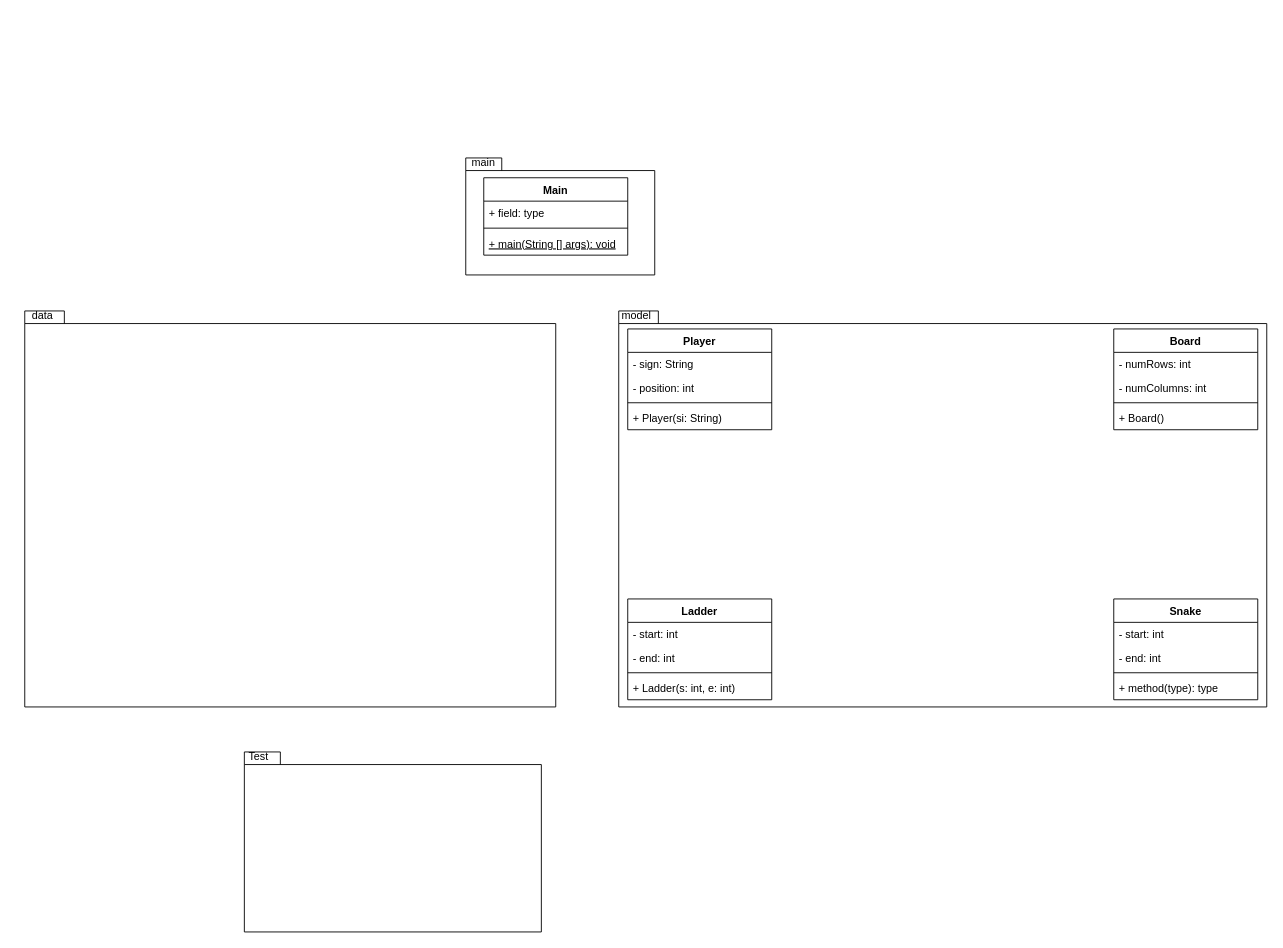
Above: docs/classDiagram.drawio in Alexander940/second_integrative_task (draw.io), before the change. Source tidied: cells renumbered, new cells numbered last; positions are measured from the earlier drawing's top-left corner, leaving out a move shared by most shapes. Both pictures are drawn from the tidied source at 90%, with x=0, y=0 at pixel (15, 148).
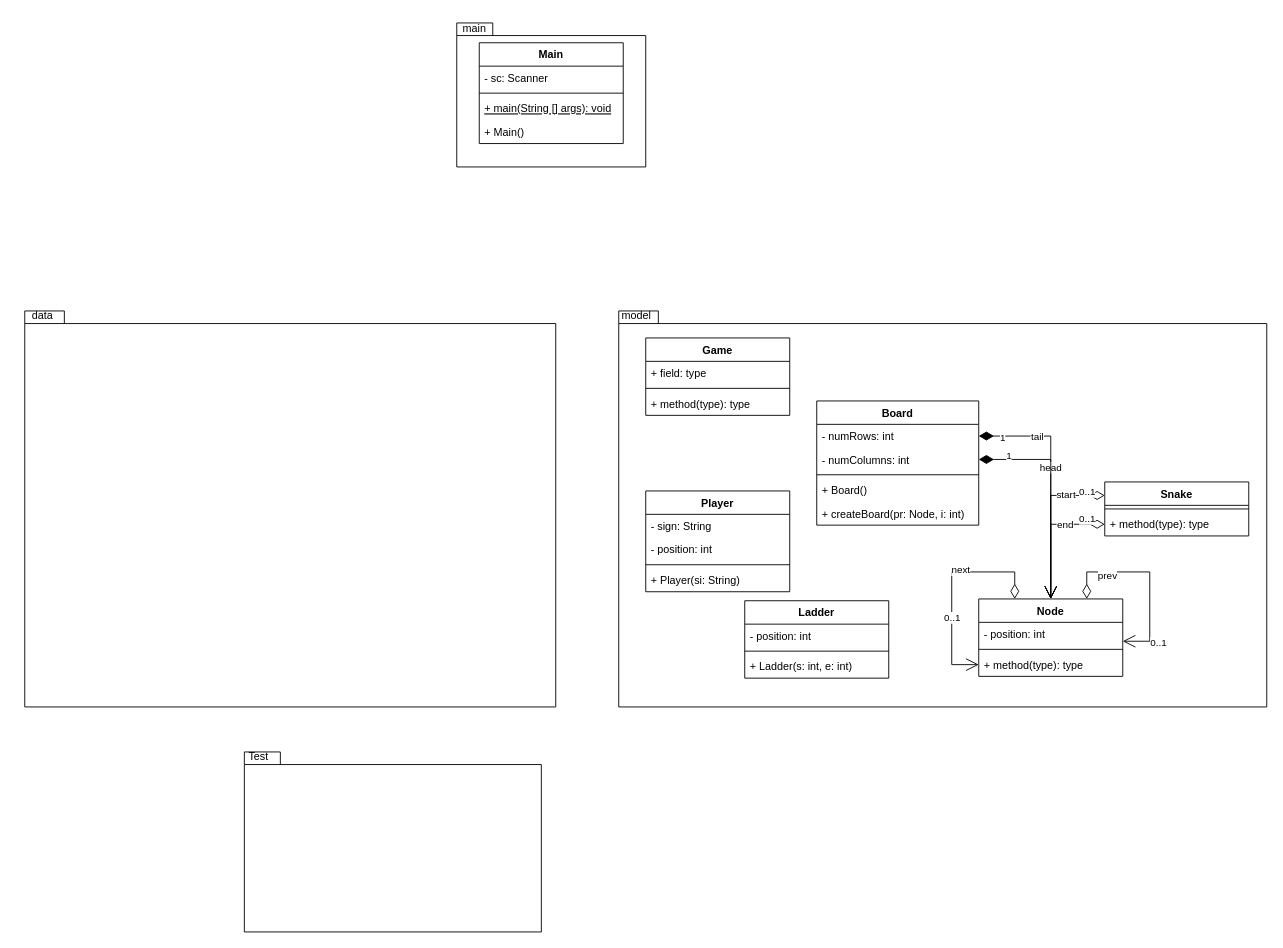
The same page after the edit.

What changed in the source:
```diff
@@
     <mxCell id="2" style="shape=folder;fontStyle=1;spacingTop=10;tabWidth=40;tabHeight=14;tabPosition=left;html=1;" parent="1" vertex="1">
-      <mxGeometry x="500" y="10" width="210" height="130" as="geometry" />
+      <mxGeometry x="490" y="-140" width="210" height="160" as="geometry" />
     </mxCell>
     <mxCell id="3" value="main" style="text;html=1;strokeColor=none;fillColor=none;align=center;verticalAlign=middle;whiteSpace=wrap;rounded=0;" parent="1" vertex="1">
-      <mxGeometry x="490" width="60" height="30" as="geometry" />
+      <mxGeometry x="480" y="-148" width="60" height="30" as="geometry" />
     </mxCell>
     <mxCell id="4" value="Main" style="swimlane;fontStyle=1;align=center;verticalAlign=top;horizontal=1;startSize=26;" parent="1" vertex="1">
-      <mxGeometry x="520" y="32" width="160" height="86" as="geometry" />
+      <mxGeometry x="515" y="-118" width="160" height="112" as="geometry" />
     </mxCell>
-    <mxCell id="5" value="+ field: type" style="text;strokeColor=none;fillColor=none;align=left;verticalAlign=top;spacingLeft=4;spacingRight=4;overflow=hidden;" parent="4" vertex="1">
+    <mxCell id="5" value="- sc: Scanner" style="text;strokeColor=none;fillColor=none;align=left;verticalAlign=top;spacingLeft=4;spacingRight=4;overflow=hidden;" parent="4" vertex="1">
       <mxGeometry y="26" width="160" height="26" as="geometry" />
     </mxCell>
@@
+    <mxCell id="34" value="+ Main()" style="text;strokeColor=none;fillColor=none;align=left;verticalAlign=top;spacingLeft=4;spacingRight=4;overflow=hidden;" parent="4" vertex="1">
+      <mxGeometry y="86" width="160" height="26" as="geometry" />
+    </mxCell>
@@
     <mxCell id="14" value="Board" style="swimlane;fontStyle=1;align=center;verticalAlign=top;horizontal=1;startSize=26;" parent="1" vertex="1">
-      <mxGeometry x="1220" y="200" width="160" height="112" as="geometry" />
+      <mxGeometry x="890" y="280" width="180" height="138" as="geometry" />
     </mxCell>
     <mxCell id="15" value="- numRows: int" style="text;strokeColor=none;fillColor=none;align=left;verticalAlign=top;spacingLeft=4;spacingRight=4;overflow=hidden;points=[[0,0.5],[1,0.5]];portConstraint=eastwest;" parent="14" vertex="1">
-      <mxGeometry y="26" width="160" height="26" as="geometry" />
+      <mxGeometry y="26" width="180" height="26" as="geometry" />
     </mxCell>
     <mxCell id="16" value="- numColumns: int" style="text;strokeColor=none;fillColor=none;align=left;verticalAlign=top;spacingLeft=4;spacingRight=4;overflow=hidden;points=[[0,0.5],[1,0.5]];portConstraint=eastwest;" parent="14" vertex="1">
-      <mxGeometry y="52" width="160" height="26" as="geometry" />
+      <mxGeometry y="52" width="180" height="26" as="geometry" />
     </mxCell>
     <mxCell id="17" style="line;strokeWidth=1;fillColor=none;align=left;verticalAlign=middle;spacingTop=-1;spacingLeft=3;spacingRight=3;labelPosition=right;" parent="14" vertex="1">
-      <mxGeometry y="78" width="160" height="8" as="geometry" />
+      <mxGeometry y="78" width="180" height="8" as="geometry" />
     </mxCell>
     <mxCell id="18" value="+ Board()" style="text;strokeColor=none;fillColor=none;align=left;verticalAlign=top;spacingLeft=4;spacingRight=4;overflow=hidden;" parent="14" vertex="1">
-      <mxGeometry y="86" width="160" height="26" as="geometry" />
+      <mxGeometry y="86" width="180" height="26" as="geometry" />
     </mxCell>
+    <mxCell id="35" value="+ createBoard(pr: Node, i: int)" style="text;strokeColor=none;fillColor=none;align=left;verticalAlign=top;spacingLeft=4;spacingRight=4;overflow=hidden;" parent="14" vertex="1">
+      <mxGeometry y="112" width="180" height="26" as="geometry" />
+    </mxCell>
     <mxCell id="19" value="Snake" style="swimlane;fontStyle=1;align=center;verticalAlign=top;horizontal=1;startSize=26;" parent="1" vertex="1">
-      <mxGeometry x="1220" y="500" width="160" height="112" as="geometry" />
+      <mxGeometry x="1210" y="370" width="160" height="60" as="geometry" />
     </mxCell>
-    <mxCell id="20" value="- start: int" style="text;strokeColor=none;fillColor=none;align=left;verticalAlign=top;spacingLeft=4;spacingRight=4;overflow=hidden;" parent="19" vertex="1">
-      <mxGeometry y="26" width="160" height="26" as="geometry" />
-    </mxCell>
-    <mxCell id="21" value="- end: int" style="text;strokeColor=none;fillColor=none;align=left;verticalAlign=top;spacingLeft=4;spacingRight=4;overflow=hidden;" parent="19" vertex="1">
-      <mxGeometry y="52" width="160" height="26" as="geometry" />
-    </mxCell>
     <mxCell id="22" style="line;strokeWidth=1;fillColor=none;align=left;verticalAlign=middle;spacingTop=-1;spacingLeft=3;spacingRight=3;labelPosition=right;" parent="19" vertex="1">
-      <mxGeometry y="78" width="160" height="8" as="geometry" />
+      <mxGeometry y="26" width="160" height="8" as="geometry" />
     </mxCell>
     <mxCell id="23" value="+ method(type): type" style="text;strokeColor=none;fillColor=none;align=left;verticalAlign=top;spacingLeft=4;spacingRight=4;overflow=hidden;points=[[0,0.5],[1,0.5]];portConstraint=eastwest;" parent="19" vertex="1">
-      <mxGeometry y="86" width="160" height="26" as="geometry" />
+      <mxGeometry y="34" width="160" height="26" as="geometry" />
     </mxCell>
     <mxCell id="24" value="Ladder" style="swimlane;fontStyle=1;align=center;verticalAlign=top;horizontal=1;startSize=26;" parent="1" vertex="1">
-      <mxGeometry x="680" y="500" width="160" height="112" as="geometry" />
+      <mxGeometry x="810" y="502" width="160" height="86" as="geometry" />
     </mxCell>
-    <mxCell id="25" value="- start: int" style="text;strokeColor=none;fillColor=none;align=left;verticalAlign=top;spacingLeft=4;spacingRight=4;overflow=hidden;" parent="24" vertex="1">
-      <mxGeometry y="26" width="160" height="26" as="geometry" />
-    </mxCell>
-    <mxCell id="26" value="- end: int" style="text;strokeColor=none;fillColor=none;align=left;verticalAlign=top;spacingLeft=4;spacingRight=4;overflow=hidden;" parent="24" vertex="1">
-      <mxGeometry y="52" width="160" height="26" as="geometry" />
+    <mxCell id="26" value="- position: int" style="text;strokeColor=none;fillColor=none;align=left;verticalAlign=top;spacingLeft=4;spacingRight=4;overflow=hidden;" parent="24" vertex="1">
+      <mxGeometry y="26" width="160" height="26" as="geometry" />
     </mxCell>
     <mxCell id="27" style="line;strokeWidth=1;fillColor=none;align=left;verticalAlign=middle;spacingTop=-1;spacingLeft=3;spacingRight=3;labelPosition=right;" parent="24" vertex="1">
-      <mxGeometry y="78" width="160" height="8" as="geometry" />
+      <mxGeometry y="52" width="160" height="8" as="geometry" />
     </mxCell>
     <mxCell id="28" value="+ Ladder(s: int, e: int)" style="text;strokeColor=none;fillColor=none;align=left;verticalAlign=top;spacingLeft=4;spacingRight=4;overflow=hidden;" parent="24" vertex="1">
-      <mxGeometry y="86" width="160" height="26" as="geometry" />
+      <mxGeometry y="60" width="160" height="26" as="geometry" />
     </mxCell>
     <mxCell id="29" value="Player" style="swimlane;fontStyle=1;align=center;verticalAlign=top;horizontal=1;startSize=26;" parent="1" vertex="1">
-      <mxGeometry x="680" y="200" width="160" height="112" as="geometry" />
+      <mxGeometry x="700" y="380" width="160" height="112" as="geometry" />
     </mxCell>
@@
+    <mxCell id="36" value="Node" style="swimlane;fontStyle=1;align=center;verticalAlign=top;horizontal=1;startSize=26;" parent="1" vertex="1">
+      <mxGeometry x="1070" y="500" width="160" height="86" as="geometry" />
+    </mxCell>
+    <mxCell id="37" value="- position: int" style="text;strokeColor=none;fillColor=none;align=left;verticalAlign=top;spacingLeft=4;spacingRight=4;overflow=hidden;" parent="36" vertex="1">
+      <mxGeometry y="26" width="160" height="26" as="geometry" />
+    </mxCell>
+    <mxCell id="38" style="line;strokeWidth=1;fillColor=none;align=left;verticalAlign=middle;spacingTop=-1;spacingLeft=3;spacingRight=3;labelPosition=right;" parent="36" vertex="1">
+      <mxGeometry y="52" width="160" height="8" as="geometry" />
+    </mxCell>
+    <mxCell id="39" value="+ method(type): type" style="text;strokeColor=none;fillColor=none;align=left;verticalAlign=top;spacingLeft=4;spacingRight=4;overflow=hidden;points=[[0,0.5],[1,0.5]];portConstraint=eastwest;" parent="36" vertex="1">
+      <mxGeometry y="60" width="160" height="26" as="geometry" />
+    </mxCell>
+    <mxCell id="40" value="0..1" style="endArrow=open;html=1;endSize=12;startArrow=diamondThin;startSize=14;startFill=0;edgeStyle=orthogonalEdgeStyle;align=left;verticalAlign=bottom;rounded=0;exitX=0.75;exitY=0;exitDx=0;exitDy=0;" parent="36" edge="1" source="36">
+      <mxGeometry x="0.72" y="11" relative="1" as="geometry">
+        <mxPoint x="160" y="47" as="targetPoint" />
+        <Array as="points">
+          <mxPoint x="120" y="-30" />
+          <mxPoint x="190" y="-30" />
+          <mxPoint x="190" y="47" />
+        </Array>
+      </mxGeometry>
+    </mxCell>
+    <mxCell id="41" value="prev" style="edgeLabel;html=1;align=center;verticalAlign=middle;" parent="40" vertex="1">
+      <mxGeometry x="-0.5" y="-3" relative="1" as="geometry" />
+    </mxCell>
+    <mxCell id="42" value="0..1" style="endArrow=open;html=1;endSize=12;startArrow=diamondThin;startSize=14;startFill=0;edgeStyle=orthogonalEdgeStyle;align=left;verticalAlign=bottom;rounded=0;exitX=0.25;exitY=0;exitDx=0;exitDy=0;entryX=0;entryY=0.5;entryDx=0;entryDy=0;" parent="36" edge="1" source="36" target="39">
+      <mxGeometry x="0.37" y="-10" relative="1" as="geometry">
+        <Array as="points">
+          <mxPoint x="40" y="-30" />
+          <mxPoint x="-30" y="-30" />
+          <mxPoint x="-30" y="73" />
+        </Array>
+      </mxGeometry>
+    </mxCell>
+    <mxCell id="43" value="next" style="edgeLabel;html=1;align=center;verticalAlign=middle;" parent="42" vertex="1">
+      <mxGeometry x="-0.22" y="-3" relative="1" as="geometry" />
+    </mxCell>
+    <mxCell id="44" value="0..1" style="endArrow=open;html=1;endSize=12;startArrow=diamondThin;startSize=14;startFill=0;edgeStyle=orthogonalEdgeStyle;align=left;verticalAlign=bottom;rounded=0;exitX=0;exitY=0.5;exitDx=0;exitDy=0;entryX=0.5;entryY=0;entryDx=0;entryDy=0;" parent="1" edge="1" source="23" target="36">
+      <mxGeometry x="-0.58" y="3" relative="1" as="geometry" />
+    </mxCell>
+    <mxCell id="45" value="end" style="edgeLabel;html=1;align=center;verticalAlign=middle;" parent="44" vertex="1">
+      <mxGeometry x="-0.37" relative="1" as="geometry" />
+    </mxCell>
+    <mxCell id="46" value="0..1" style="endArrow=open;html=1;endSize=12;startArrow=diamondThin;startSize=14;startFill=0;edgeStyle=orthogonalEdgeStyle;align=left;verticalAlign=bottom;rounded=0;exitX=0;exitY=0.25;exitDx=0;exitDy=0;entryX=0.5;entryY=0;entryDx=0;entryDy=0;" parent="1" edge="1" source="19" target="36">
+      <mxGeometry x="-0.66" y="5" relative="1" as="geometry">
+        <Array as="points">
+          <mxPoint x="1150" y="385" />
+        </Array>
+      </mxGeometry>
+    </mxCell>
+    <mxCell id="47" value="start" style="edgeLabel;html=1;align=center;verticalAlign=middle;" parent="46" vertex="1">
+      <mxGeometry x="-0.5" y="-2" relative="1" as="geometry" />
+    </mxCell>
+    <mxCell id="48" value="1" style="endArrow=open;html=1;endSize=12;startArrow=diamondThin;startSize=14;startFill=1;edgeStyle=orthogonalEdgeStyle;align=left;verticalAlign=bottom;rounded=0;exitX=1;exitY=0.5;exitDx=0;exitDy=0;entryX=0.5;entryY=0;entryDx=0;entryDy=0;" parent="1" edge="1" source="16" target="36">
+      <mxGeometry x="-0.75" y="-5" relative="1" as="geometry">
+        <Array as="points">
+          <mxPoint x="1150" y="345" />
+        </Array>
+      </mxGeometry>
+    </mxCell>
+    <mxCell id="49" value="head" style="edgeLabel;html=1;align=center;verticalAlign=middle;" parent="48" vertex="1">
+      <mxGeometry x="-0.25" y="-1" relative="1" as="geometry" />
+    </mxCell>
+    <mxCell id="50" value="1" style="endArrow=open;html=1;endSize=12;startArrow=diamondThin;startSize=14;startFill=1;edgeStyle=orthogonalEdgeStyle;align=left;verticalAlign=bottom;rounded=0;exitX=1;exitY=0.5;exitDx=0;exitDy=0;entryX=0.5;entryY=0;entryDx=0;entryDy=0;" parent="1" edge="1" source="15" target="36">
+      <mxGeometry x="-0.83" y="-11" relative="1" as="geometry">
+        <Array as="points">
+          <mxPoint x="1150" y="319" />
+        </Array>
+      </mxGeometry>
+    </mxCell>
+    <mxCell id="51" value="tail" style="edgeLabel;html=1;align=center;verticalAlign=middle;" parent="50" vertex="1">
+      <mxGeometry x="-0.66" y="1" relative="1" as="geometry">
+        <mxPoint x="20" y="1" as="offset" />
+      </mxGeometry>
+    </mxCell>
+    <mxCell id="52" value="Game" style="swimlane;fontStyle=1;align=center;verticalAlign=top;horizontal=1;startSize=26;" parent="1" vertex="1">
+      <mxGeometry x="700" y="210" width="160" height="86" as="geometry" />
+    </mxCell>
+    <mxCell id="53" value="+ field: type" style="text;strokeColor=none;fillColor=none;align=left;verticalAlign=top;spacingLeft=4;spacingRight=4;overflow=hidden;" parent="52" vertex="1">
+      <mxGeometry y="26" width="160" height="26" as="geometry" />
+    </mxCell>
+    <mxCell id="54" style="line;strokeWidth=1;fillColor=none;align=left;verticalAlign=middle;spacingTop=-1;spacingLeft=3;spacingRight=3;labelPosition=right;" parent="52" vertex="1">
+      <mxGeometry y="52" width="160" height="8" as="geometry" />
+    </mxCell>
+    <mxCell id="55" value="+ method(type): type" style="text;strokeColor=none;fillColor=none;align=left;verticalAlign=top;spacingLeft=4;spacingRight=4;overflow=hidden;" parent="52" vertex="1">
+      <mxGeometry y="60" width="160" height="26" as="geometry" />
+    </mxCell>
```
